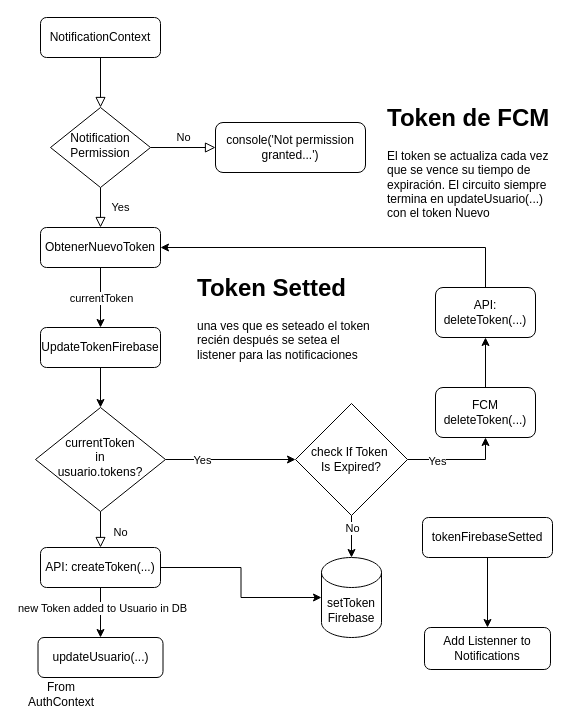
This is FCM ciclo de vida Token.drawio from ariel0000/bar-app-diagrams, a draw.io file, before an edit. Source tidied: cells renumbered, new cells numbered last; positions are measured from the earlier drawing's top-left corner, leaving out a move shared by most shapes. Both pictures are drawn from the tidied source at 100%, with x=0, y=0 at pixel (31, 17).
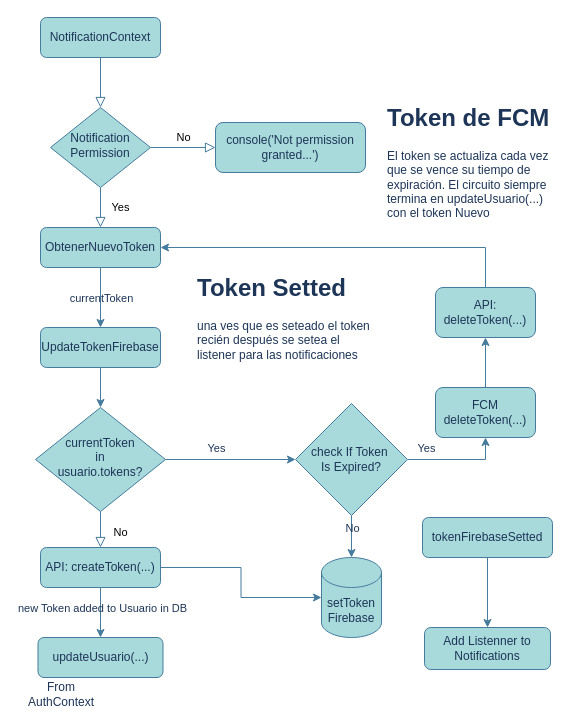
The same diagram, later.

Change to the diagram source:
```diff
@@
-    <mxCell id="2" style="rounded=0;html=1;jettySize=auto;fontSize=11;endArrow=block;endFill=0;endSize=8;strokeWidth=1;shadow=0;labelBackgroundColor=none;edgeStyle=orthogonalEdgeStyle;" parent="1" edge="1" source="3" target="6">
+    <mxCell id="2" style="rounded=0;html=1;jettySize=auto;fontSize=11;endArrow=block;endFill=0;endSize=8;strokeWidth=1;shadow=0;labelBackgroundColor=none;edgeStyle=orthogonalEdgeStyle;fontColor=default;strokeColor=#457B9D;" parent="1" edge="1" source="3" target="6">
       <mxGeometry relative="1" as="geometry" />
     </mxCell>
-    <mxCell id="3" value="NotificationContext" style="rounded=1;whiteSpace=wrap;html=1;fontSize=12;glass=0;strokeWidth=1;shadow=0;" parent="1" vertex="1">
+    <mxCell id="3" value="NotificationContext" style="rounded=1;whiteSpace=wrap;html=1;fontSize=12;glass=0;strokeWidth=1;shadow=0;labelBackgroundColor=none;fillColor=#A8DADC;strokeColor=#457B9D;fontColor=#1D3557;" parent="1" vertex="1">
       <mxGeometry x="9" width="120" height="40" as="geometry" />
     </mxCell>
-    <mxCell id="4" value="Yes" style="rounded=0;html=1;jettySize=auto;fontSize=11;endArrow=block;endFill=0;endSize=8;strokeWidth=1;shadow=0;labelBackgroundColor=none;edgeStyle=orthogonalEdgeStyle;entryX=0.5;entryY=0;entryDx=0;entryDy=0;" parent="1" edge="1" source="6" target="18">
+    <mxCell id="4" value="Yes" style="rounded=0;html=1;jettySize=auto;fontSize=11;endArrow=block;endFill=0;endSize=8;strokeWidth=1;shadow=0;labelBackgroundColor=none;edgeStyle=orthogonalEdgeStyle;entryX=0.5;entryY=0;entryDx=0;entryDy=0;fontColor=default;strokeColor=#457B9D;" parent="1" edge="1" source="6" target="18">
       <mxGeometry y="20" relative="1" as="geometry" />
     </mxCell>
-    <mxCell id="5" value="No" style="edgeStyle=orthogonalEdgeStyle;rounded=0;html=1;jettySize=auto;fontSize=11;endArrow=block;endFill=0;endSize=8;strokeWidth=1;shadow=0;labelBackgroundColor=none;" parent="1" edge="1" source="6" target="7">
+    <mxCell id="5" value="No" style="edgeStyle=orthogonalEdgeStyle;rounded=0;html=1;jettySize=auto;fontSize=11;endArrow=block;endFill=0;endSize=8;strokeWidth=1;shadow=0;labelBackgroundColor=none;fontColor=default;strokeColor=#457B9D;" parent="1" edge="1" source="6" target="7">
       <mxGeometry y="10" relative="1" as="geometry" />
     </mxCell>
-    <mxCell id="6" value="Notification Permission" style="rhombus;whiteSpace=wrap;html=1;shadow=0;fontFamily=Helvetica;fontSize=12;align=center;strokeWidth=1;spacing=6;spacingTop=-4;" parent="1" vertex="1">
+    <mxCell id="6" value="Notification Permission" style="rhombus;whiteSpace=wrap;html=1;shadow=0;fontFamily=Helvetica;fontSize=12;align=center;strokeWidth=1;spacing=6;spacingTop=-4;labelBackgroundColor=none;fillColor=#A8DADC;strokeColor=#457B9D;fontColor=#1D3557;" parent="1" vertex="1">
       <mxGeometry x="19" y="90" width="100" height="80" as="geometry" />
     </mxCell>
-    <mxCell id="7" value="console('Not permission granted...')" style="rounded=1;whiteSpace=wrap;html=1;fontSize=12;glass=0;strokeWidth=1;shadow=0;" parent="1" vertex="1">
+    <mxCell id="7" value="console('Not permission granted...')" style="rounded=1;whiteSpace=wrap;html=1;fontSize=12;glass=0;strokeWidth=1;shadow=0;labelBackgroundColor=none;fillColor=#A8DADC;strokeColor=#457B9D;fontColor=#1D3557;" parent="1" vertex="1">
       <mxGeometry x="184" y="105" width="150" height="50" as="geometry" />
     </mxCell>
-    <mxCell id="8" value="No" style="rounded=0;html=1;jettySize=auto;fontSize=11;endArrow=block;endFill=0;endSize=8;strokeWidth=1;shadow=0;labelBackgroundColor=none;edgeStyle=orthogonalEdgeStyle;" parent="1" edge="1" source="11" target="14">
+    <mxCell id="8" value="No" style="rounded=0;html=1;jettySize=auto;fontSize=11;endArrow=block;endFill=0;endSize=8;strokeWidth=1;shadow=0;labelBackgroundColor=none;edgeStyle=orthogonalEdgeStyle;fontColor=default;strokeColor=#457B9D;" parent="1" edge="1" source="11" target="14">
       <mxGeometry x="0.33" y="20" relative="1" as="geometry" />
     </mxCell>
-    <mxCell id="9" style="edgeStyle=orthogonalEdgeStyle;rounded=0;jettySize=auto;html=1;exitX=1;exitY=0.5;exitDx=0;exitDy=0;" parent="1" edge="1" source="11" target="27">
+    <mxCell id="9" style="edgeStyle=orthogonalEdgeStyle;rounded=0;jettySize=auto;html=1;exitX=1;exitY=0.5;exitDx=0;exitDy=0;labelBackgroundColor=none;fontColor=default;strokeColor=#457B9D;" parent="1" edge="1" source="11" target="27">
       <mxGeometry relative="1" as="geometry" />
     </mxCell>
-    <mxCell id="10" value="Yes" style="edgeLabel;html=1;align=center;verticalAlign=middle;" parent="9" vertex="1">
+    <mxCell id="10" value="Yes" style="edgeLabel;html=1;align=center;verticalAlign=middle;labelBackgroundColor=none;fontColor=#1D3557;" parent="9" vertex="1">
       <mxGeometry x="-0.82" y="1" relative="1" as="geometry">
-        <mxPoint x="24" y="1" as="offset" />
+        <mxPoint x="38" y="-11" as="offset" />
       </mxGeometry>
     </mxCell>
-    <mxCell id="11" value="currentToken&lt;div&gt;in&lt;/div&gt;&lt;div&gt;usuario.tokens?&lt;/div&gt;" style="rhombus;whiteSpace=wrap;html=1;shadow=0;fontFamily=Helvetica;fontSize=12;align=center;strokeWidth=1;spacing=6;spacingTop=-4;" parent="1" vertex="1">
+    <mxCell id="11" value="currentToken&lt;div&gt;in&lt;/div&gt;&lt;div&gt;usuario.tokens?&lt;/div&gt;" style="rhombus;whiteSpace=wrap;html=1;shadow=0;fontFamily=Helvetica;fontSize=12;align=center;strokeWidth=1;spacing=6;spacingTop=-4;labelBackgroundColor=none;fillColor=#A8DADC;strokeColor=#457B9D;fontColor=#1D3557;" parent="1" vertex="1">
       <mxGeometry x="4" y="390" width="130" height="104" as="geometry" />
     </mxCell>
-    <mxCell id="12" style="edgeStyle=orthogonalEdgeStyle;rounded=0;jettySize=auto;html=1;exitX=0.5;exitY=1;exitDx=0;exitDy=0;entryX=0.5;entryY=0;entryDx=0;entryDy=0;" parent="1" edge="1" source="14" target="21">
+    <mxCell id="12" style="edgeStyle=orthogonalEdgeStyle;rounded=0;jettySize=auto;html=1;exitX=0.5;exitY=1;exitDx=0;exitDy=0;entryX=0.5;entryY=0;entryDx=0;entryDy=0;labelBackgroundColor=none;fontColor=default;strokeColor=#457B9D;" parent="1" edge="1" source="14" target="21">
       <mxGeometry relative="1" as="geometry" />
     </mxCell>
-    <mxCell id="13" value="new Token added to Usuario in DB" style="edgeLabel;html=1;align=center;verticalAlign=middle;" parent="12" vertex="1">
+    <mxCell id="13" value="new Token added to Usuario in DB" style="edgeLabel;html=1;align=center;verticalAlign=middle;labelBackgroundColor=none;fontColor=#1D3557;" parent="12" vertex="1">
       <mxGeometry x="-0.21" y="1" relative="1" as="geometry" />
     </mxCell>
-    <mxCell id="14" value="API: createToken(...)" style="rounded=1;whiteSpace=wrap;html=1;fontSize=12;glass=0;strokeWidth=1;shadow=0;" parent="1" vertex="1">
+    <mxCell id="14" value="API: createToken(...)" style="rounded=1;whiteSpace=wrap;html=1;fontSize=12;glass=0;strokeWidth=1;shadow=0;labelBackgroundColor=none;fillColor=#A8DADC;strokeColor=#457B9D;fontColor=#1D3557;" parent="1" vertex="1">
       <mxGeometry x="9" y="530" width="120" height="40" as="geometry" />
     </mxCell>
-    <mxCell id="15" value="Add Listenner to Notifications" style="rounded=1;whiteSpace=wrap;html=1;fontSize=12;glass=0;strokeWidth=1;shadow=0;" parent="1" vertex="1">
+    <mxCell id="15" value="Add Listenner to Notifications" style="rounded=1;whiteSpace=wrap;html=1;fontSize=12;glass=0;strokeWidth=1;shadow=0;labelBackgroundColor=none;fillColor=#A8DADC;strokeColor=#457B9D;fontColor=#1D3557;" parent="1" vertex="1">
       <mxGeometry x="393" y="610" width="126" height="42" as="geometry" />
     </mxCell>
-    <mxCell id="16" style="edgeStyle=orthogonalEdgeStyle;rounded=0;jettySize=auto;html=1;exitX=0.5;exitY=1;exitDx=0;exitDy=0;entryX=0.5;entryY=0;entryDx=0;entryDy=0;" parent="1" edge="1" source="18" target="20">
+    <mxCell id="16" style="edgeStyle=orthogonalEdgeStyle;rounded=0;jettySize=auto;html=1;exitX=0.5;exitY=1;exitDx=0;exitDy=0;entryX=0.5;entryY=0;entryDx=0;entryDy=0;labelBackgroundColor=none;fontColor=default;strokeColor=#457B9D;" parent="1" edge="1" source="18" target="20">
       <mxGeometry relative="1" as="geometry" />
     </mxCell>
-    <mxCell id="17" value="currentToken" style="edgeLabel;html=1;align=center;verticalAlign=middle;" parent="16" vertex="1">
+    <mxCell id="17" value="currentToken" style="edgeLabel;html=1;align=center;verticalAlign=middle;labelBackgroundColor=none;fontColor=#1D3557;" parent="16" vertex="1">
       <mxGeometry x="-0.36" y="-1" relative="1" as="geometry">
         <mxPoint x="1" y="11" as="offset" />
       </mxGeometry>
     </mxCell>
-    <mxCell id="18" value="ObtenerNuevoToken" style="rounded=1;whiteSpace=wrap;html=1;fontSize=12;glass=0;strokeWidth=1;shadow=0;" parent="1" vertex="1">
+    <mxCell id="18" value="ObtenerNuevoToken" style="rounded=1;whiteSpace=wrap;html=1;fontSize=12;glass=0;strokeWidth=1;shadow=0;labelBackgroundColor=none;fillColor=#A8DADC;strokeColor=#457B9D;fontColor=#1D3557;" parent="1" vertex="1">
       <mxGeometry x="9" y="210" width="120" height="40" as="geometry" />
     </mxCell>
-    <mxCell id="19" style="edgeStyle=orthogonalEdgeStyle;rounded=0;jettySize=auto;html=1;exitX=0.5;exitY=1;exitDx=0;exitDy=0;entryX=0.5;entryY=0;entryDx=0;entryDy=0;" parent="1" edge="1" source="20" target="11">
+    <mxCell id="19" style="edgeStyle=orthogonalEdgeStyle;rounded=0;jettySize=auto;html=1;exitX=0.5;exitY=1;exitDx=0;exitDy=0;entryX=0.5;entryY=0;entryDx=0;entryDy=0;labelBackgroundColor=none;fontColor=default;strokeColor=#457B9D;" parent="1" edge="1" source="20" target="11">
       <mxGeometry relative="1" as="geometry" />
     </mxCell>
-    <mxCell id="20" value="UpdateTokenFirebase" style="rounded=1;whiteSpace=wrap;html=1;fontSize=12;glass=0;strokeWidth=1;shadow=0;" parent="1" vertex="1">
+    <mxCell id="20" value="UpdateTokenFirebase" style="rounded=1;whiteSpace=wrap;html=1;fontSize=12;glass=0;strokeWidth=1;shadow=0;labelBackgroundColor=none;fillColor=#A8DADC;strokeColor=#457B9D;fontColor=#1D3557;" parent="1" vertex="1">
       <mxGeometry x="9" y="310" width="120" height="40" as="geometry" />
     </mxCell>
-    <mxCell id="21" value="updateUsuario(...)" style="rounded=1;whiteSpace=wrap;html=1;fontSize=12;glass=0;strokeWidth=1;shadow=0;" parent="1" vertex="1">
+    <mxCell id="21" value="updateUsuario(...)" style="rounded=1;whiteSpace=wrap;html=1;fontSize=12;glass=0;strokeWidth=1;shadow=0;labelBackgroundColor=none;fillColor=#A8DADC;strokeColor=#457B9D;fontColor=#1D3557;" parent="1" vertex="1">
       <mxGeometry x="6.5" y="620" width="125" height="40" as="geometry" />
     </mxCell>
-    <mxCell id="22" value="From AuthContext" style="text;html=1;align=center;verticalAlign=middle;whiteSpace=wrap;rounded=0;" parent="1" vertex="1">
+    <mxCell id="22" value="From AuthContext" style="text;html=1;align=center;verticalAlign=middle;whiteSpace=wrap;rounded=0;labelBackgroundColor=none;fontColor=#1D3557;" parent="1" vertex="1">
       <mxGeometry y="662" width="60" height="30" as="geometry" />
     </mxCell>
-    <mxCell id="23" style="edgeStyle=orthogonalEdgeStyle;rounded=0;jettySize=auto;html=1;exitX=0.5;exitY=1;exitDx=0;exitDy=0;entryX=0.5;entryY=0;entryDx=0;entryDy=0;entryPerimeter=0;" parent="1" edge="1" source="27" target="33">
+    <mxCell id="23" style="edgeStyle=orthogonalEdgeStyle;rounded=0;jettySize=auto;html=1;exitX=0.5;exitY=1;exitDx=0;exitDy=0;entryX=0.5;entryY=0;entryDx=0;entryDy=0;entryPerimeter=0;labelBackgroundColor=none;fontColor=default;strokeColor=#457B9D;" parent="1" edge="1" source="27" target="33">
       <mxGeometry relative="1" as="geometry" />
     </mxCell>
-    <mxCell id="24" value="No" style="edgeLabel;html=1;align=center;verticalAlign=middle;" parent="23" vertex="1">
+    <mxCell id="24" value="No" style="edgeLabel;html=1;align=center;verticalAlign=middle;labelBackgroundColor=none;fontColor=#1D3557;" parent="23" vertex="1">
       <mxGeometry x="-0.68" relative="1" as="geometry">
         <mxPoint y="5" as="offset" />
       </mxGeometry>
     </mxCell>
-    <mxCell id="25" style="edgeStyle=orthogonalEdgeStyle;rounded=0;jettySize=auto;html=1;exitX=1;exitY=0.5;exitDx=0;exitDy=0;entryX=0.5;entryY=1;entryDx=0;entryDy=0;" parent="1" edge="1" source="27" target="31">
+    <mxCell id="25" style="edgeStyle=orthogonalEdgeStyle;rounded=0;jettySize=auto;html=1;exitX=1;exitY=0.5;exitDx=0;exitDy=0;entryX=0.5;entryY=1;entryDx=0;entryDy=0;labelBackgroundColor=none;fontColor=default;strokeColor=#457B9D;" parent="1" edge="1" source="27" target="31">
       <mxGeometry relative="1" as="geometry" />
     </mxCell>
-    <mxCell id="26" value="Yes" style="edgeLabel;html=1;align=center;verticalAlign=middle;" parent="25" vertex="1">
-      <mxGeometry x="-0.42" y="-1" relative="1" as="geometry" />
+    <mxCell id="26" value="Yes" style="edgeLabel;html=1;align=center;verticalAlign=middle;labelBackgroundColor=none;fontColor=#1D3557;" parent="25" vertex="1">
+      <mxGeometry x="-0.42" y="-1" relative="1" as="geometry">
+        <mxPoint x="-11" y="-13" as="offset" />
+      </mxGeometry>
     </mxCell>
-    <mxCell id="27" value="check If Token&amp;nbsp;&lt;div&gt;Is Expired?&lt;/div&gt;" style="rhombus;whiteSpace=wrap;html=1;" parent="1" vertex="1">
+    <mxCell id="27" value="check If Token&amp;nbsp;&lt;div&gt;Is Expired?&lt;/div&gt;" style="rhombus;whiteSpace=wrap;html=1;labelBackgroundColor=none;fillColor=#A8DADC;strokeColor=#457B9D;fontColor=#1D3557;" parent="1" vertex="1">
       <mxGeometry x="264" y="386" width="112" height="112" as="geometry" />
     </mxCell>
-    <mxCell id="28" style="edgeStyle=orthogonalEdgeStyle;rounded=0;jettySize=auto;html=1;exitX=0.5;exitY=0;exitDx=0;exitDy=0;entryX=1;entryY=0.5;entryDx=0;entryDy=0;" parent="1" edge="1" source="29" target="18">
+    <mxCell id="28" style="edgeStyle=orthogonalEdgeStyle;rounded=0;jettySize=auto;html=1;exitX=0.5;exitY=0;exitDx=0;exitDy=0;entryX=1;entryY=0.5;entryDx=0;entryDy=0;labelBackgroundColor=none;fontColor=default;strokeColor=#457B9D;" parent="1" edge="1" source="29" target="18">
       <mxGeometry relative="1" as="geometry" />
     </mxCell>
-    <mxCell id="29" value="API: deleteToken(...)" style="rounded=1;whiteSpace=wrap;html=1;" parent="1" vertex="1">
+    <mxCell id="29" value="API: deleteToken(...)" style="rounded=1;whiteSpace=wrap;html=1;labelBackgroundColor=none;fillColor=#A8DADC;strokeColor=#457B9D;fontColor=#1D3557;" parent="1" vertex="1">
       <mxGeometry x="404" y="270" width="100" height="50" as="geometry" />
     </mxCell>
-    <mxCell id="30" style="edgeStyle=orthogonalEdgeStyle;rounded=0;jettySize=auto;html=1;exitX=0.5;exitY=0;exitDx=0;exitDy=0;entryX=0.5;entryY=1;entryDx=0;entryDy=0;" parent="1" edge="1" source="31" target="29">
+    <mxCell id="30" style="edgeStyle=orthogonalEdgeStyle;rounded=0;jettySize=auto;html=1;exitX=0.5;exitY=0;exitDx=0;exitDy=0;entryX=0.5;entryY=1;entryDx=0;entryDy=0;labelBackgroundColor=none;fontColor=default;strokeColor=#457B9D;" parent="1" edge="1" source="31" target="29">
       <mxGeometry relative="1" as="geometry" />
     </mxCell>
-    <mxCell id="31" value="FCM&lt;div&gt;deleteToken(...)&lt;/div&gt;" style="rounded=1;whiteSpace=wrap;html=1;" parent="1" vertex="1">
+    <mxCell id="31" value="FCM&lt;div&gt;deleteToken(...)&lt;/div&gt;" style="rounded=1;whiteSpace=wrap;html=1;labelBackgroundColor=none;fillColor=#A8DADC;strokeColor=#457B9D;fontColor=#1D3557;" parent="1" vertex="1">
       <mxGeometry x="404" y="370" width="100" height="50" as="geometry" />
     </mxCell>
-    <mxCell id="32" value="&lt;h1 style=&quot;margin-top: 0px;&quot;&gt;Token de FCM&lt;/h1&gt;&lt;p&gt;El token se actualiza cada vez que se vence su tiempo de expiración. El circuito siempre termina en updateUsuario(...) con el token Nuevo&lt;/p&gt;" style="text;html=1;whiteSpace=wrap;overflow=hidden;rounded=0;" parent="1" vertex="1">
+    <mxCell id="32" value="&lt;h1 style=&quot;margin-top: 0px;&quot;&gt;Token de FCM&lt;/h1&gt;&lt;p&gt;El token se actualiza cada vez que se vence su tiempo de expiración. El circuito siempre termina en updateUsuario(...) con el token Nuevo&lt;/p&gt;" style="text;html=1;whiteSpace=wrap;overflow=hidden;rounded=0;labelBackgroundColor=none;fontColor=#1D3557;" parent="1" vertex="1">
       <mxGeometry x="354" y="80" width="180" height="120" as="geometry" />
     </mxCell>
-    <mxCell id="33" value="setToken Firebase" style="shape=cylinder3;whiteSpace=wrap;html=1;boundedLbl=1;backgroundOutline=1;size=15;" parent="1" vertex="1">
+    <mxCell id="33" value="setToken Firebase" style="shape=cylinder3;whiteSpace=wrap;html=1;boundedLbl=1;backgroundOutline=1;size=15;labelBackgroundColor=none;fillColor=#A8DADC;strokeColor=#457B9D;fontColor=#1D3557;" parent="1" vertex="1">
       <mxGeometry x="290" y="540" width="60" height="80" as="geometry" />
     </mxCell>
-    <mxCell id="34" style="edgeStyle=orthogonalEdgeStyle;rounded=0;jettySize=auto;html=1;exitX=0.5;exitY=1;exitDx=0;exitDy=0;" parent="1" edge="1" source="35" target="15">
+    <mxCell id="34" style="edgeStyle=orthogonalEdgeStyle;rounded=0;jettySize=auto;html=1;exitX=0.5;exitY=1;exitDx=0;exitDy=0;labelBackgroundColor=none;fontColor=default;strokeColor=#457B9D;" parent="1" edge="1" source="35" target="15">
       <mxGeometry relative="1" as="geometry" />
     </mxCell>
-    <mxCell id="35" value="tokenFirebaseSetted" style="rounded=1;whiteSpace=wrap;html=1;" parent="1" vertex="1">
+    <mxCell id="35" value="tokenFirebaseSetted" style="rounded=1;whiteSpace=wrap;html=1;labelBackgroundColor=none;fillColor=#A8DADC;strokeColor=#457B9D;fontColor=#1D3557;" parent="1" vertex="1">
       <mxGeometry x="391" y="500" width="130" height="40" as="geometry" />
     </mxCell>
-    <mxCell id="36" value="&lt;h1 style=&quot;margin-top: 0px;&quot;&gt;Token Setted&lt;/h1&gt;&lt;p&gt;una ves que es seteado el token recién después se setea el listener para las notificaciones&lt;/p&gt;" style="text;html=1;whiteSpace=wrap;overflow=hidden;rounded=0;" parent="1" vertex="1">
+    <mxCell id="36" value="&lt;h1 style=&quot;margin-top: 0px;&quot;&gt;Token Setted&lt;/h1&gt;&lt;p&gt;una ves que es seteado el token recién después se setea el listener para las notificaciones&lt;/p&gt;" style="text;html=1;whiteSpace=wrap;overflow=hidden;rounded=0;labelBackgroundColor=none;fontColor=#1D3557;" parent="1" vertex="1">
       <mxGeometry x="164" y="250" width="180" height="110" as="geometry" />
     </mxCell>
-    <mxCell id="37" style="edgeStyle=orthogonalEdgeStyle;rounded=0;jettySize=auto;html=1;exitX=1;exitY=0.5;exitDx=0;exitDy=0;entryX=0;entryY=0.5;entryDx=0;entryDy=0;entryPerimeter=0;" parent="1" edge="1" source="14" target="33">
+    <mxCell id="37" style="edgeStyle=orthogonalEdgeStyle;rounded=0;jettySize=auto;html=1;exitX=1;exitY=0.5;exitDx=0;exitDy=0;entryX=0;entryY=0.5;entryDx=0;entryDy=0;entryPerimeter=0;labelBackgroundColor=none;fontColor=default;strokeColor=#457B9D;" parent="1" edge="1" source="14" target="33">
       <mxGeometry relative="1" as="geometry" />
     </mxCell>
```
